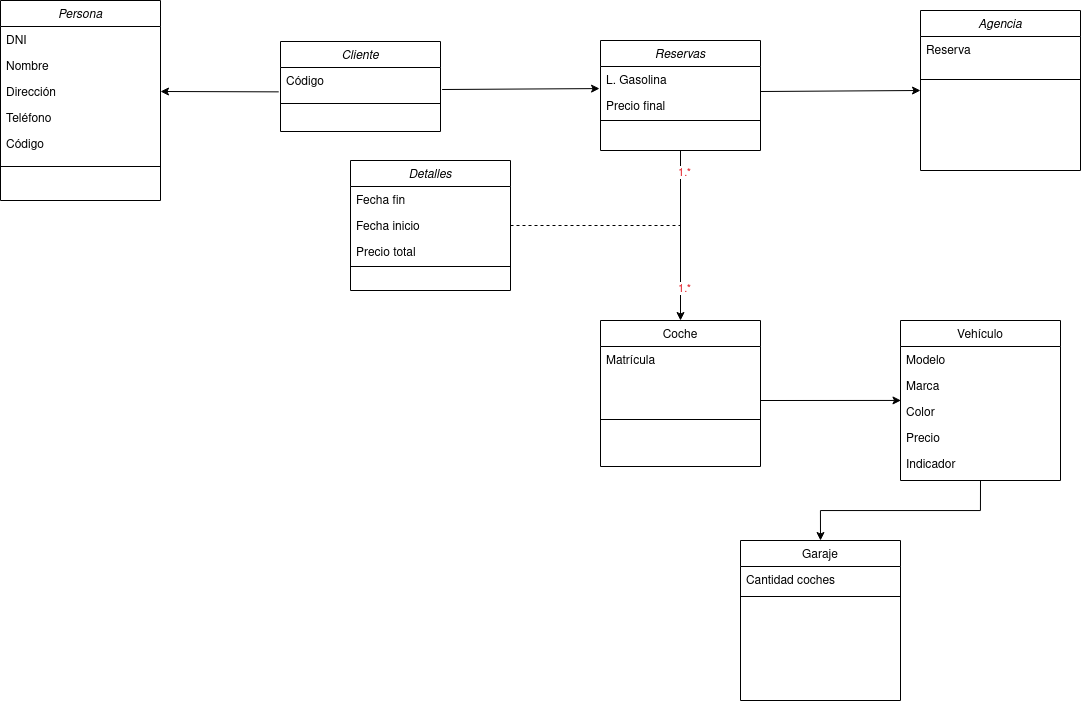
Above: Tareas/AlquierCoches.drawio.png in colidom/ets (draw.io), before the change. Source tidied: cells renumbered, new cells last; positions are measured from the earlier drawing's top-left corner, leaving out a move shared by most shapes.
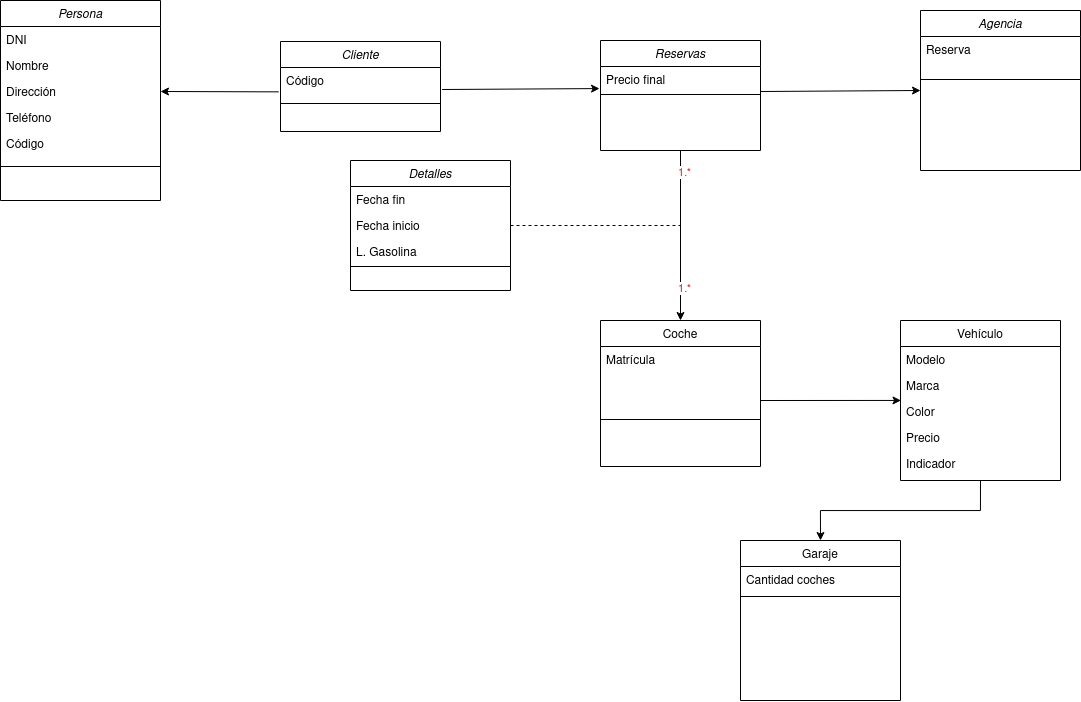
After the commit.

Diff of the diagram source:
```diff
@@ -62,14 +62,11 @@
     <mxCell id="21" value="Reservas" style="swimlane;fontStyle=2;align=center;verticalAlign=top;horizontal=1;startSize=26;rounded=0;shadow=0;strokeWidth=1;" parent="1" vertex="1">
       <mxGeometry x="600" y="40" width="160" height="110" as="geometry" />
     </mxCell>
-    <mxCell id="22" value="L. Gasolina" style="text;align=left;verticalAlign=top;spacingLeft=4;spacingRight=4;overflow=hidden;rounded=0;shadow=0;html=0;" parent="21" vertex="1">
-      <mxGeometry y="26" width="160" height="26" as="geometry" />
-    </mxCell>
     <mxCell id="23" value="Precio final" style="text;align=left;verticalAlign=top;spacingLeft=4;spacingRight=4;overflow=hidden;rounded=0;shadow=0;html=0;" parent="21" vertex="1">
-      <mxGeometry y="52" width="160" height="26" as="geometry" />
+      <mxGeometry y="26" width="160" height="26" as="geometry" />
     </mxCell>
     <mxCell id="24" style="line;html=1;strokeWidth=1;align=left;verticalAlign=middle;spacingTop=-1;spacingLeft=3;spacingRight=3;labelPosition=right;" parent="21" vertex="1">
-      <mxGeometry y="78" width="160" height="4" as="geometry" />
+      <mxGeometry y="52" width="160" height="4" as="geometry" />
     </mxCell>
     <mxCell id="25" value="Cliente" style="swimlane;fontStyle=2;align=center;verticalAlign=top;horizontal=1;startSize=26;rounded=0;shadow=0;strokeWidth=1;" parent="1" vertex="1">
       <mxGeometry x="280" y="41" width="160" height="90" as="geometry" />
@@ -105,7 +102,7 @@
     <mxCell id="34" value="Fecha inicio" style="text;align=left;verticalAlign=top;spacingLeft=4;spacingRight=4;overflow=hidden;points=[[0,0.5],[1,0.5]];portConstraint=eastwest;" parent="32" vertex="1">
       <mxGeometry y="52" width="160" height="26" as="geometry" />
     </mxCell>
-    <mxCell id="35" value="Precio total" style="text;align=left;verticalAlign=top;spacingLeft=4;spacingRight=4;overflow=hidden;rounded=0;shadow=0;html=0;" parent="32" vertex="1">
+    <mxCell id="35" value="L. Gasolina" style="text;align=left;verticalAlign=top;spacingLeft=4;spacingRight=4;overflow=hidden;rounded=0;shadow=0;html=0;" parent="32" vertex="1">
       <mxGeometry y="78" width="160" height="26" as="geometry" />
     </mxCell>
     <mxCell id="36" style="line;html=1;strokeWidth=1;align=left;verticalAlign=middle;spacingTop=-1;spacingLeft=3;spacingRight=3;labelPosition=right;" parent="32" vertex="1">
```
